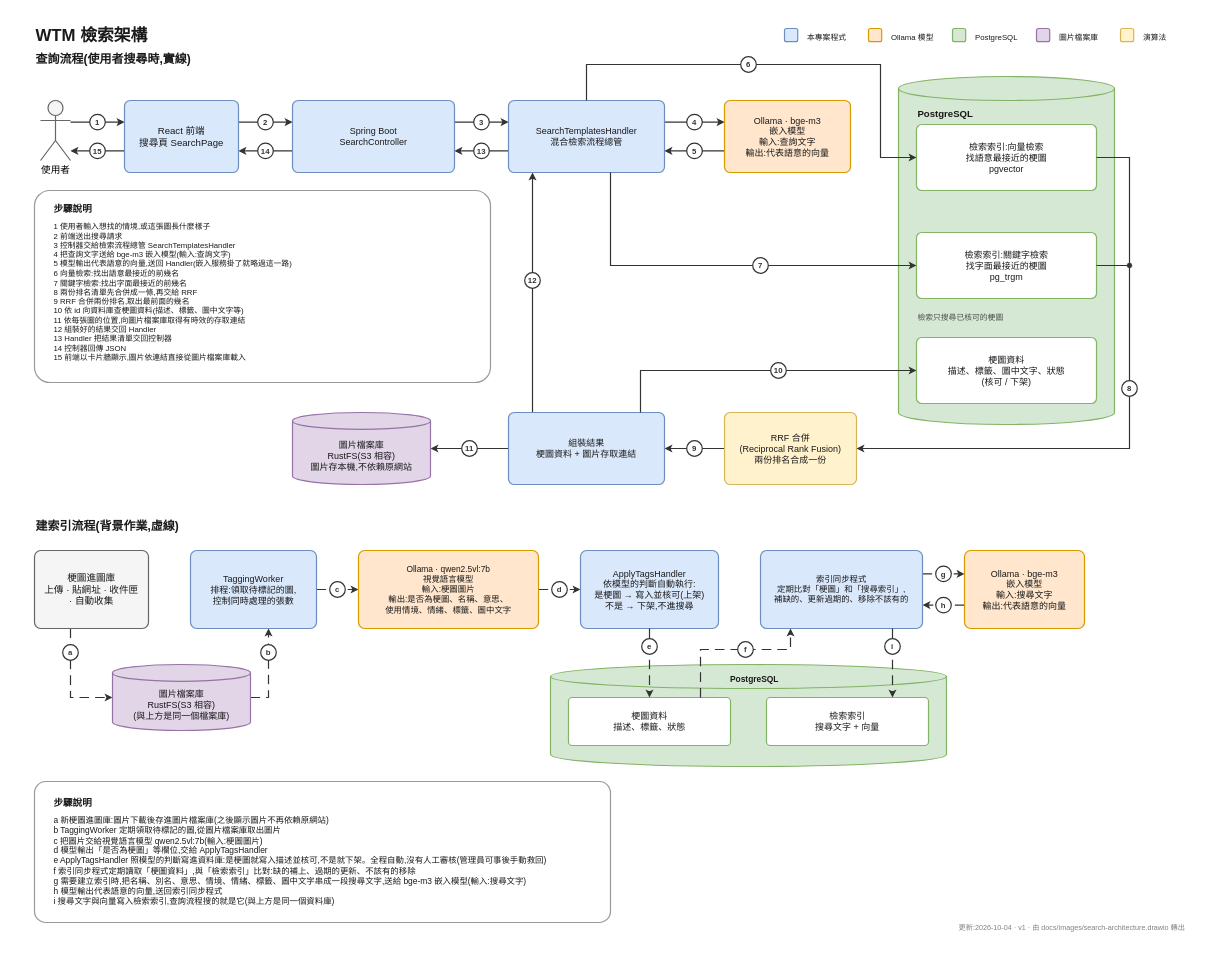
Earlier version of the draw.io diagram docs/images/search-architecture.drawio (chun-wei0413/WTM). Source tidied: cells renumbered, new cells numbered last; positions are measured from the earlier drawing's top-left corner, leaving out a move shared by most shapes. Both pictures are drawn from the tidied source at 60%, with x=0, y=0 at pixel (10, 10).
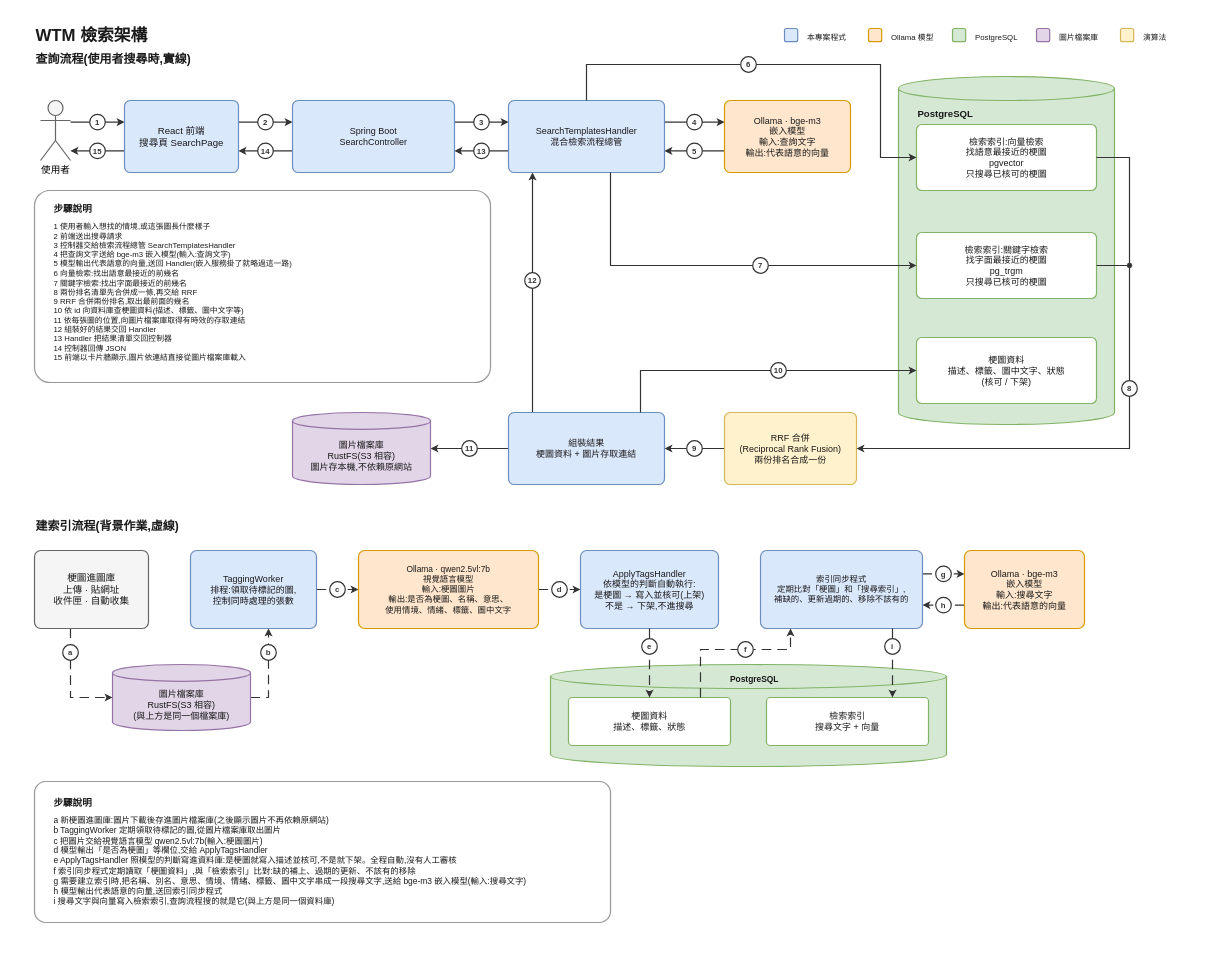
The same diagram, later.

Commit message (it also covers changes not shown here):
[Documentation] Polish the search architecture diagrams

The edit, as a diff of the source:
```diff
@@
     <mxCell id="2" style="rounded=0;whiteSpace=wrap;html=1;fillColor=#ffffff;strokeColor=none;" parent="1" vertex="1">
-      <mxGeometry width="2000" height="1560" as="geometry" />
+      <mxGeometry width="2000" height="1540" as="geometry" />
     </mxCell>
@@
-    <mxCell id="29" value="檢索索引:向量檢索&lt;br&gt;找語意最接近的梗圖&lt;br&gt;pgvector" style="rounded=1;whiteSpace=wrap;html=1;arcSize=8;fillColor=#ffffff;strokeColor=#82b366;strokeWidth=2;fontSize=15;fontFamily=Microsoft JhengHei;fontColor=#1a1a1a;" parent="1" vertex="1">
+    <mxCell id="29" value="檢索索引:向量檢索&lt;br&gt;找語意最接近的梗圖&lt;br&gt;pgvector&lt;br&gt;只搜尋已核可的梗圖" style="rounded=1;whiteSpace=wrap;html=1;arcSize=8;fillColor=#ffffff;strokeColor=#82b366;strokeWidth=2;fontSize=15;fontFamily=Microsoft JhengHei;fontColor=#1a1a1a;" parent="1" vertex="1">
       <mxGeometry x="1510" y="190" width="300" height="110" as="geometry" />
     </mxCell>
-    <mxCell id="30" value="檢索索引:關鍵字檢索&lt;br&gt;找字面最接近的梗圖&lt;br&gt;pg_trgm" style="rounded=1;whiteSpace=wrap;html=1;arcSize=8;fillColor=#ffffff;strokeColor=#82b366;strokeWidth=2;fontSize=15;fontFamily=Microsoft JhengHei;fontColor=#1a1a1a;" parent="1" vertex="1">
+    <mxCell id="30" value="檢索索引:關鍵字檢索&lt;br&gt;找字面最接近的梗圖&lt;br&gt;pg_trgm&lt;br&gt;只搜尋已核可的梗圖" style="rounded=1;whiteSpace=wrap;html=1;arcSize=8;fillColor=#ffffff;strokeColor=#82b366;strokeWidth=2;fontSize=15;fontFamily=Microsoft JhengHei;fontColor=#1a1a1a;" parent="1" vertex="1">
       <mxGeometry x="1510" y="370" width="300" height="110" as="geometry" />
     </mxCell>
-    <mxCell id="31" value="檢索只搜尋已核可的梗圖" style="text;html=1;whiteSpace=wrap;verticalAlign=top;align=left;fontSize=13;fontFamily=Microsoft JhengHei;fontColor=#4d4d4d;fontStyle=0;spacingLeft=0;spacingTop=0;" parent="1" vertex="1">
-      <mxGeometry x="1510" y="498" width="300" height="24" as="geometry" />
-    </mxCell>
@@
-    <mxCell id="40" value="梗圖進圖庫&lt;br&gt;上傳 · 貼網址 · 收件匣&lt;br&gt;· 自動收集" style="rounded=1;whiteSpace=wrap;html=1;arcSize=8;fillColor=#f5f5f5;strokeColor=#666666;strokeWidth=2;fontSize=16;fontFamily=Microsoft JhengHei;fontColor=#1a1a1a;" parent="1" vertex="1">
+    <mxCell id="40" value="梗圖進圖庫&lt;br&gt;上傳 · 貼網址&lt;br&gt;收件匣 · 自動收集" style="rounded=1;whiteSpace=wrap;html=1;arcSize=8;fillColor=#f5f5f5;strokeColor=#666666;strokeWidth=2;fontSize=16;fontFamily=Microsoft JhengHei;fontColor=#1a1a1a;" parent="1" vertex="1">
       <mxGeometry x="40" y="900" width="190" height="130" as="geometry" />
     </mxCell>
@@
-    <mxCell id="53" value="a  新梗圖進圖庫:圖片下載後存進圖片檔案庫(之後顯示圖片不再依賴原網站)&lt;br&gt;b  TaggingWorker 定期領取待標記的圖,從圖片檔案庫取出圖片&lt;br&gt;c  把圖片交給視覺語言模型 qwen2.5vl:7b(輸入:梗圖圖片)&lt;br&gt;d  模型輸出「是否為梗圖」等欄位,交給 ApplyTagsHandler&lt;br&gt;e  ApplyTagsHandler 照模型的判斷寫進資料庫:是梗圖就寫入描述並核可,不是就下架。全程自動,沒有人工審核(管理員可事後手動救回)&lt;br&gt;f  索引同步程式定期讀取「梗圖資料」,與「檢索索引」比對:缺的補上、過期的更新、不該有的移除&lt;br&gt;g  需要建立索引時,把名稱、別名、意思、情境、情緒、標籤、圖中文字串成一段搜尋文字,送給 bge-m3 嵌入模型(輸入:搜尋文字)&lt;br&gt;h  模型輸出代表語意的向量,送回索引同步程式&lt;br&gt;i  搜尋文字與向量寫入檢索索引,查詢流程搜的就是它(與上方是同一個資料庫)" style="text;html=1;whiteSpace=wrap;verticalAlign=top;align=left;fontSize=14;fontFamily=Microsoft JhengHei;fontColor=#1a1a1a;fontStyle=0;spacingLeft=0;spacingTop=0;" parent="1" vertex="1">
+    <mxCell id="53" value="a  新梗圖進圖庫:圖片下載後存進圖片檔案庫(之後顯示圖片不再依賴原網站)&lt;br&gt;b  TaggingWorker 定期領取待標記的圖,從圖片檔案庫取出圖片&lt;br&gt;c  把圖片交給視覺語言模型 qwen2.5vl:7b(輸入:梗圖圖片)&lt;br&gt;d  模型輸出「是否為梗圖」等欄位,交給 ApplyTagsHandler&lt;br&gt;e  ApplyTagsHandler 照模型的判斷寫進資料庫:是梗圖就寫入描述並核可,不是就下架。全程自動,沒有人工審核&lt;br&gt;f  索引同步程式定期讀取「梗圖資料」,與「檢索索引」比對:缺的補上、過期的更新、不該有的移除&lt;br&gt;g  需要建立索引時,把名稱、別名、意思、情境、情緒、標籤、圖中文字串成一段搜尋文字,送給 bge-m3 嵌入模型(輸入:搜尋文字)&lt;br&gt;h  模型輸出代表語意的向量,送回索引同步程式&lt;br&gt;i  搜尋文字與向量寫入檢索索引,查詢流程搜的就是它(與上方是同一個資料庫)" style="text;html=1;whiteSpace=wrap;verticalAlign=top;align=left;fontSize=14;fontFamily=Microsoft JhengHei;fontColor=#1a1a1a;fontStyle=0;spacingLeft=0;spacingTop=0;" parent="1" vertex="1">
       <mxGeometry x="70" y="1335" width="910" height="175" as="geometry" />
     </mxCell>
@@
-    <mxCell id="64" value="更新:2026-10-04 · v1 · 由 docs/images/search-architecture.drawio 轉出" style="text;html=1;whiteSpace=wrap;verticalAlign=top;align=right;fontSize=12;fontFamily=Microsoft JhengHei;fontColor=#808080;fontStyle=0;spacingLeft=0;spacingTop=0;" parent="1" vertex="1">
-      <mxGeometry x="1480" y="1515" width="480" height="22" as="geometry" />
-    </mxCell>
```
